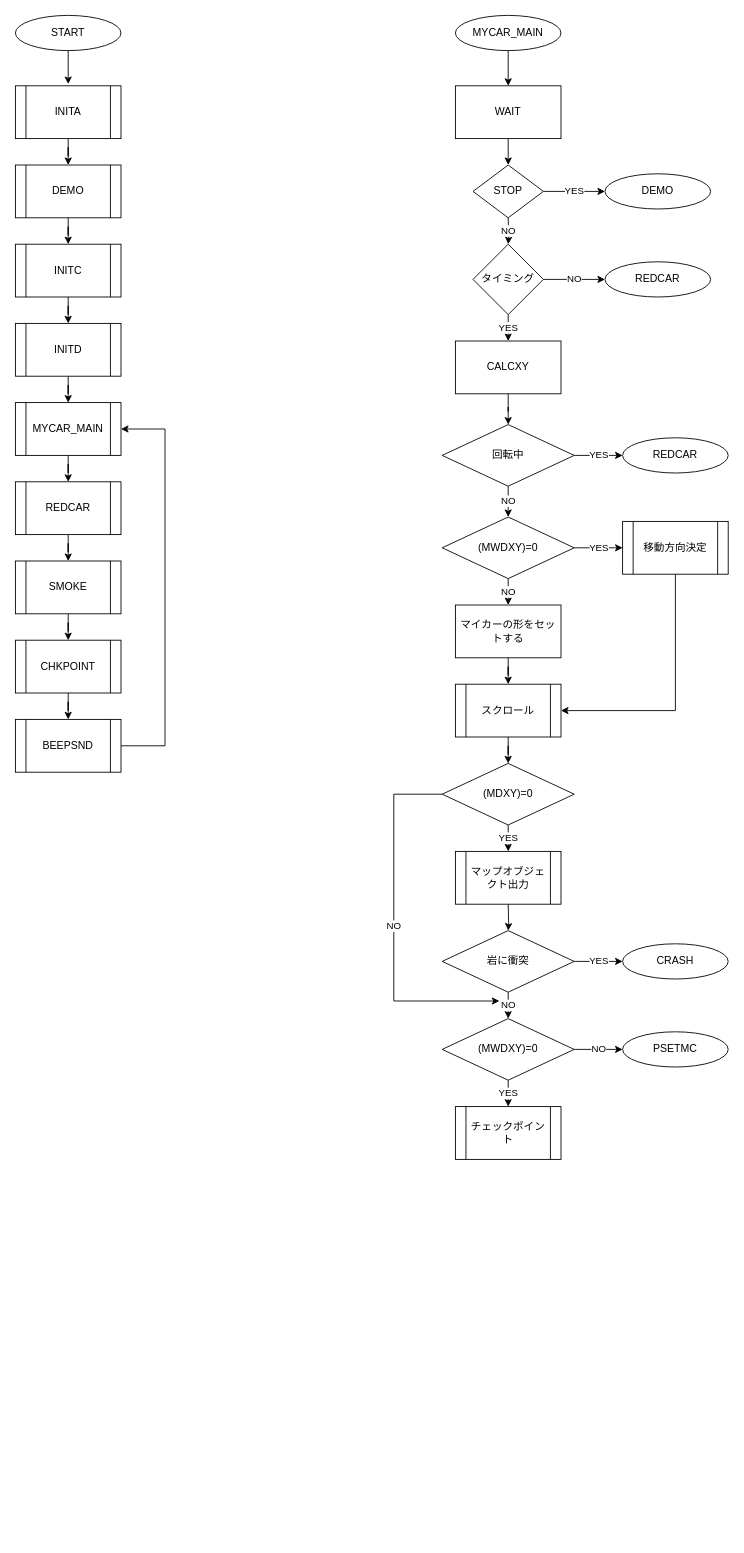
This is rallyx_flowchart.drawio from chiqlappe/RALLY-X, a draw.io file, before an edit. Source tidied: cells renumbered, new cells numbered last; positions are measured from the earlier drawing's top-left corner, leaving out a move shared by most shapes. Both pictures are drawn from the tidied source at 88%, with x=0, y=0 at pixel (15, 15).
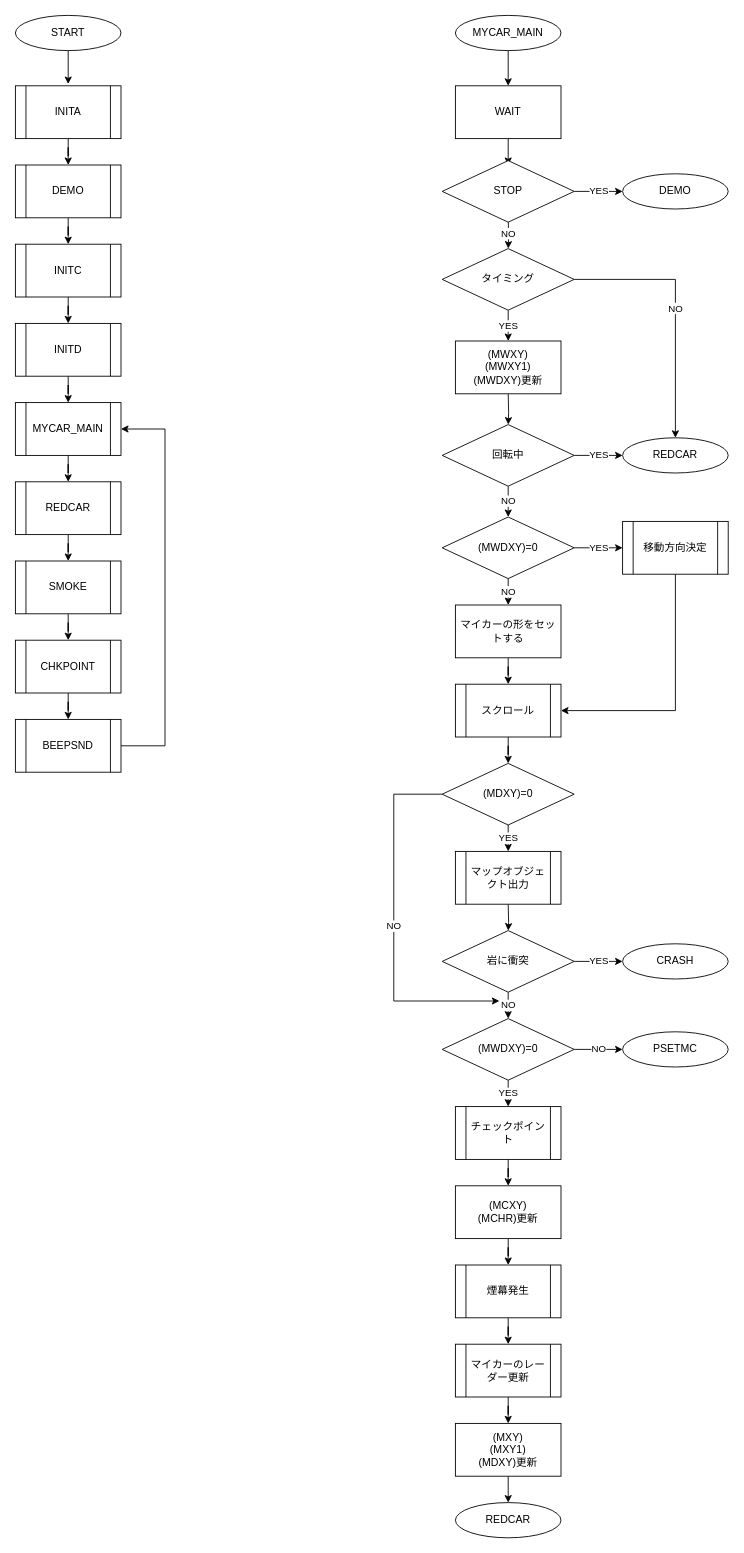
The same diagram, later.

Unchanged cells that the change refers to:
```xml
<mxCell id="35" value="回転中" style="rhombus;whiteSpace=wrap;html=1;rounded=0;" parent="1" vertex="1">
  <mxGeometry x="485" y="465" width="150" height="70" as="geometry" />
</mxCell>
<mxCell id="36" value="REDCAR" style="ellipse;whiteSpace=wrap;html=1;rounded=0;" parent="1" vertex="1">
  <mxGeometry x="690" y="480" width="120" height="40" as="geometry" />
</mxCell>
<mxCell id="59" value="チェックポイント" style="shape=process;whiteSpace=wrap;html=1;backgroundOutline=1;rounded=0;" parent="1" vertex="1">
  <mxGeometry x="500" y="1240" width="120" height="60" as="geometry" />
</mxCell>
```

Change to the diagram source:
```diff
@@
-    <mxCell id="27" value="NO" style="edgeStyle=orthogonalEdgeStyle;rounded=0;jettySize=auto;html=1;" parent="1" edge="1" source="29" target="30">
+    <mxCell id="27" value="NO" style="edgeStyle=orthogonalEdgeStyle;rounded=0;jettySize=auto;html=1;entryX=0.5;entryY=0;entryDx=0;entryDy=0;" parent="1" edge="1" source="29" target="36">
       <mxGeometry relative="1" as="geometry" />
     </mxCell>
-    <mxCell id="28" value="YES" style="edgeStyle=orthogonalEdgeStyle;rounded=0;jettySize=auto;html=1;" parent="1" edge="1" source="29" target="32">
-      <mxGeometry relative="1" as="geometry" />
+    <mxCell id="28" value="YES" style="edgeStyle=orthogonalEdgeStyle;rounded=0;jettySize=auto;html=1;" parent="1" edge="1" source="29">
+      <mxGeometry relative="1" as="geometry">
+        <mxPoint x="560" y="370" as="targetPoint" />
+      </mxGeometry>
     </mxCell>
     <mxCell id="29" value="タイミング" style="rhombus;whiteSpace=wrap;html=1;rounded=0;" parent="1" vertex="1">
-      <mxGeometry x="520" y="260" width="80" height="80" as="geometry" />
+      <mxGeometry x="485" y="265" width="150" height="70" as="geometry" />
     </mxCell>
-    <mxCell id="30" value="REDCAR" style="ellipse;whiteSpace=wrap;html=1;rounded=0;" parent="1" vertex="1">
-      <mxGeometry x="670" y="280" width="120" height="40" as="geometry" />
-    </mxCell>
-    <mxCell id="31" style="edgeStyle=orthogonalEdgeStyle;rounded=0;jettySize=auto;html=1;" parent="1" edge="1" source="32" target="35">
-      <mxGeometry relative="1" as="geometry" />
+    <mxCell id="31" style="edgeStyle=orthogonalEdgeStyle;rounded=0;jettySize=auto;html=1;" parent="1" edge="1" target="35">
+      <mxGeometry relative="1" as="geometry">
+        <mxPoint x="560" y="430" as="sourcePoint" />
+      </mxGeometry>
     </mxCell>
-    <mxCell id="32" value="CALCXY" style="rounded=0;whiteSpace=wrap;html=1;" parent="1" vertex="1">
-      <mxGeometry x="500" y="370" width="120" height="60" as="geometry" />
-    </mxCell>
@@
-    <mxCell id="38" value="STOP" style="rhombus;whiteSpace=wrap;html=1;rounded=0;" parent="1" vertex="1">
-      <mxGeometry x="520" y="170" width="80" height="60" as="geometry" />
+    <mxCell id="38" value="STOP" style="rhombus;whiteSpace=wrap;html=1;rounded=0;gradientColor=none;" parent="1" vertex="1">
+      <mxGeometry x="485" y="165" width="150" height="70" as="geometry" />
     </mxCell>
     <mxCell id="39" value="DEMO" style="ellipse;whiteSpace=wrap;html=1;rounded=0;" parent="1" vertex="1">
-      <mxGeometry x="670" y="180" width="120" height="40" as="geometry" />
+      <mxGeometry x="690" y="180" width="120" height="40" as="geometry" />
     </mxCell>
@@
+    <mxCell id="63" style="edgeStyle=orthogonalEdgeStyle;rounded=0;jettySize=auto;html=1;" parent="1" edge="1" source="59" target="65">
+      <mxGeometry relative="1" as="geometry" />
+    </mxCell>
@@
+    <mxCell id="64" style="edgeStyle=orthogonalEdgeStyle;rounded=0;jettySize=auto;html=1;" parent="1" edge="1" source="65" target="67">
+      <mxGeometry relative="1" as="geometry" />
+    </mxCell>
+    <mxCell id="65" value="&lt;div&gt;(MCXY)&lt;/div&gt;&lt;div&gt;(MCHR)更新&lt;br&gt;&lt;/div&gt;" style="rounded=0;whiteSpace=wrap;html=1;gradientColor=none;" parent="1" vertex="1">
+      <mxGeometry x="500" y="1330" width="120" height="60" as="geometry" />
+    </mxCell>
+    <mxCell id="66" style="edgeStyle=orthogonalEdgeStyle;rounded=0;jettySize=auto;html=1;" parent="1" edge="1" source="67" target="69">
+      <mxGeometry relative="1" as="geometry" />
+    </mxCell>
+    <mxCell id="67" value="煙幕発生" style="shape=process;whiteSpace=wrap;html=1;backgroundOutline=1;gradientColor=none;" parent="1" vertex="1">
+      <mxGeometry x="500" y="1420" width="120" height="60" as="geometry" />
+    </mxCell>
+    <mxCell id="68" style="edgeStyle=orthogonalEdgeStyle;rounded=0;jettySize=auto;html=1;" parent="1" edge="1" source="69" target="71">
+      <mxGeometry relative="1" as="geometry" />
+    </mxCell>
+    <mxCell id="69" value="マイカーのレーダー更新" style="shape=process;whiteSpace=wrap;html=1;backgroundOutline=1;gradientColor=none;" parent="1" vertex="1">
+      <mxGeometry x="500" y="1510" width="120" height="60" as="geometry" />
+    </mxCell>
+    <mxCell id="70" style="edgeStyle=orthogonalEdgeStyle;rounded=0;jettySize=auto;html=1;" parent="1" edge="1" source="71">
+      <mxGeometry relative="1" as="geometry">
+        <mxPoint x="560" y="1690" as="targetPoint" />
+      </mxGeometry>
+    </mxCell>
+    <mxCell id="71" value="&lt;div&gt;(MXY)&lt;/div&gt;&lt;div&gt;(MXY1)&lt;/div&gt;&lt;div&gt;(MDXY)更新&lt;/div&gt;" style="rounded=0;whiteSpace=wrap;html=1;gradientColor=none;" parent="1" vertex="1">
+      <mxGeometry x="500" y="1600" width="120" height="60" as="geometry" />
+    </mxCell>
+    <mxCell id="30" value="REDCAR" style="ellipse;whiteSpace=wrap;html=1;rounded=0;" parent="1" vertex="1">
+      <mxGeometry x="500" y="1690" width="120" height="40" as="geometry" />
+    </mxCell>
+    <mxCell id="72" value="&lt;div&gt;(MWXY)&lt;/div&gt;&lt;div&gt;(MWXY1)&lt;/div&gt;&lt;div&gt;(MWDXY)更新&lt;/div&gt;" style="rounded=0;whiteSpace=wrap;html=1;gradientColor=none;" parent="1" vertex="1">
+      <mxGeometry x="500" y="370" width="120" height="60" as="geometry" />
+    </mxCell>
```
